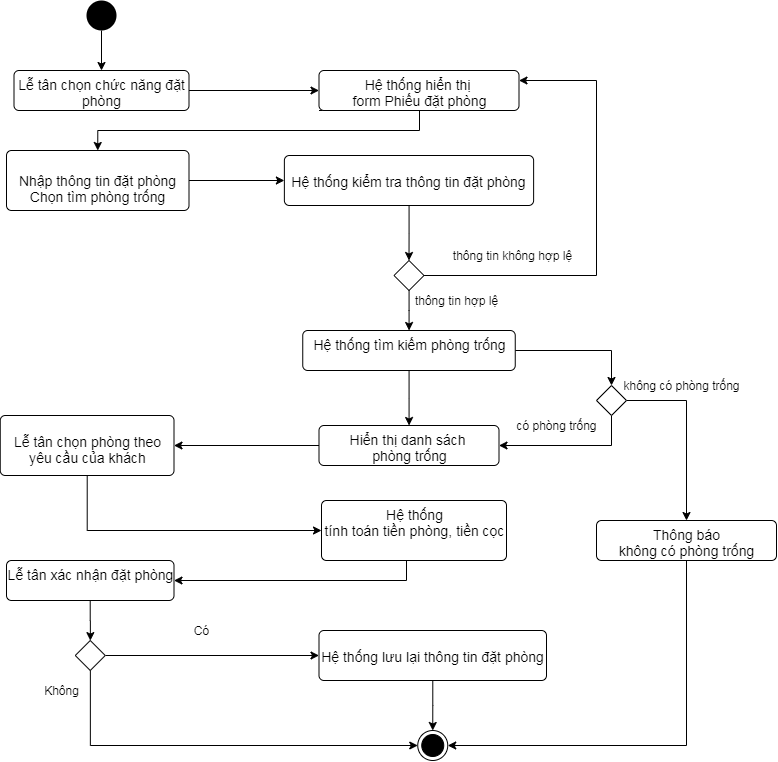
Earlier version of the draw.io export Phan_Tich_Thiet_Ke/Diagram/Activity_Diagram/Activity_Diagram_DatPhong.png (KNhaa/DoAnCNPM). Source tidied: cells renumbered, new cells last; positions are measured from the earlier drawing's top-left corner, leaving out a move shared by most shapes. Source of this version:
```xml
<mxGraphModel>
  <root>
    <mxCell id="0" />
    <mxCell id="1" parent="0" />
    <mxCell id="2" style="edgeStyle=orthogonalEdgeStyle;rounded=0;jettySize=auto;html=1;" parent="1" edge="1" source="3" target="5">
      <mxGeometry relative="1" as="geometry" />
    </mxCell>
    <mxCell id="3" style="ellipse;fillColor=#000000;strokeColor=none;" parent="1" vertex="1">
      <mxGeometry x="86" width="30" height="30" as="geometry" />
    </mxCell>
    <mxCell id="4" style="edgeStyle=orthogonalEdgeStyle;rounded=0;jettySize=auto;html=1;entryX=0;entryY=0.5;entryDx=0;entryDy=0;" parent="1" edge="1" source="5" target="7">
      <mxGeometry relative="1" as="geometry" />
    </mxCell>
    <mxCell id="5" value="&lt;font style=&quot;font-size: 14px&quot;&gt;Lễ tân chọn chức năng đặt&lt;br&gt;phòng&lt;/font&gt;" style="html=1;align=center;verticalAlign=top;rounded=1;absoluteArcSize=1;arcSize=10;dashed=0;" parent="1" vertex="1">
      <mxGeometry x="13.5" y="70" width="175" height="40" as="geometry" />
    </mxCell>
    <mxCell id="6" style="edgeStyle=orthogonalEdgeStyle;rounded=0;jettySize=auto;html=1;exitX=0;exitY=1;exitDx=0;exitDy=0;entryX=0.5;entryY=0;entryDx=0;entryDy=0;" parent="1" edge="1" source="7" target="9">
      <mxGeometry relative="1" as="geometry">
        <Array as="points">
          <mxPoint x="419" y="110" />
          <mxPoint x="419" y="130" />
          <mxPoint x="97" y="130" />
        </Array>
      </mxGeometry>
    </mxCell>
    <mxCell id="7" value="&lt;font style=&quot;font-size: 14px&quot;&gt;Hệ thống hiển thị &lt;br&gt;form Phiếu đặt phòng&lt;/font&gt;" style="html=1;align=center;verticalAlign=top;rounded=1;absoluteArcSize=1;arcSize=10;dashed=0;" parent="1" vertex="1">
      <mxGeometry x="318.5" y="70" width="200" height="40" as="geometry" />
    </mxCell>
    <mxCell id="8" style="edgeStyle=orthogonalEdgeStyle;rounded=0;jettySize=auto;html=1;entryX=0;entryY=0.5;entryDx=0;entryDy=0;" parent="1" edge="1" source="9" target="11">
      <mxGeometry relative="1" as="geometry" />
    </mxCell>
    <mxCell id="9" value="&lt;font style=&quot;font-size: 14px&quot;&gt;&lt;br&gt;Nhập thông tin đặt phòng&lt;br&gt;Chọn tìm phòng trống&lt;br&gt;&lt;/font&gt;" style="html=1;align=center;verticalAlign=top;rounded=1;absoluteArcSize=1;arcSize=10;dashed=0;" parent="1" vertex="1">
      <mxGeometry x="6" y="150" width="182.5" height="60" as="geometry" />
    </mxCell>
    <mxCell id="10" style="edgeStyle=orthogonalEdgeStyle;rounded=0;jettySize=auto;html=1;entryX=0.5;entryY=0;entryDx=0;entryDy=0;" parent="1" edge="1" source="11" target="26">
      <mxGeometry relative="1" as="geometry" />
    </mxCell>
    <mxCell id="11" value="&lt;p class=&quot;MsoNormal&quot;&gt;&lt;font style=&quot;font-size: 14px&quot;&gt;Hệ thống kiểm tra thông tin đặt phòng&lt;/font&gt;&lt;br&gt;&lt;/p&gt;" style="html=1;align=center;verticalAlign=top;rounded=1;absoluteArcSize=1;arcSize=10;dashed=0;" parent="1" vertex="1">
      <mxGeometry x="283.9" y="155" width="249.2" height="50" as="geometry" />
    </mxCell>
    <mxCell id="12" style="edgeStyle=orthogonalEdgeStyle;rounded=0;jettySize=auto;html=1;" parent="1" edge="1" source="14" target="31">
      <mxGeometry relative="1" as="geometry" />
    </mxCell>
    <mxCell id="13" style="edgeStyle=orthogonalEdgeStyle;rounded=0;jettySize=auto;html=1;" parent="1" edge="1" source="14" target="42">
      <mxGeometry relative="1" as="geometry" />
    </mxCell>
    <mxCell id="14" value="&lt;font style=&quot;font-size: 14px&quot;&gt;Hệ thống tìm kiếm phòng trống&lt;/font&gt;" style="html=1;align=center;verticalAlign=top;rounded=1;absoluteArcSize=1;arcSize=10;dashed=0;" parent="1" vertex="1">
      <mxGeometry x="302.2" y="330" width="212.5" height="40" as="geometry" />
    </mxCell>
    <mxCell id="15" style="edgeStyle=orthogonalEdgeStyle;rounded=0;jettySize=auto;html=1;entryX=0;entryY=0.5;entryDx=0;entryDy=0;" parent="1" edge="1" source="16" target="18">
      <mxGeometry relative="1" as="geometry">
        <Array as="points">
          <mxPoint x="87" y="530" />
        </Array>
      </mxGeometry>
    </mxCell>
    <mxCell id="16" value="&lt;p class=&quot;MsoNormal&quot;&gt;&lt;font style=&quot;font-size: 14px&quot;&gt;Lễ tân chọn phòng theo&lt;br&gt;yêu cầu của khách&lt;/font&gt;&lt;br&gt;&lt;/p&gt;" style="html=1;align=center;verticalAlign=top;rounded=1;absoluteArcSize=1;arcSize=10;dashed=0;" parent="1" vertex="1">
      <mxGeometry x="-0.2" y="415" width="173.8" height="60" as="geometry" />
    </mxCell>
    <mxCell id="17" style="edgeStyle=orthogonalEdgeStyle;rounded=0;jettySize=auto;html=1;entryX=1;entryY=0.5;entryDx=0;entryDy=0;" parent="1" edge="1" source="18" target="20">
      <mxGeometry relative="1" as="geometry">
        <Array as="points">
          <mxPoint x="406" y="580" />
        </Array>
      </mxGeometry>
    </mxCell>
    <mxCell id="18" value="&lt;font style=&quot;font-size: 14px&quot;&gt;Hệ thống&lt;br&gt;tính toán tiền phòng, tiền cọc&lt;/font&gt;" style="html=1;align=center;verticalAlign=top;rounded=1;absoluteArcSize=1;arcSize=10;dashed=0;" parent="1" vertex="1">
      <mxGeometry x="321" y="500" width="185" height="60" as="geometry" />
    </mxCell>
    <mxCell id="19" style="edgeStyle=orthogonalEdgeStyle;rounded=0;jettySize=auto;html=1;" parent="1" edge="1" source="20" target="36">
      <mxGeometry relative="1" as="geometry" />
    </mxCell>
    <mxCell id="20" value="&lt;font style=&quot;font-size: 14px&quot;&gt;Lễ tân xác nhận đặt phòng&lt;/font&gt;" style="html=1;align=center;verticalAlign=top;rounded=1;absoluteArcSize=1;arcSize=10;dashed=0;" parent="1" vertex="1">
      <mxGeometry x="6" y="560" width="167.5" height="40" as="geometry" />
    </mxCell>
    <mxCell id="21" style="edgeStyle=orthogonalEdgeStyle;rounded=0;jettySize=auto;html=1;" parent="1" edge="1" source="22" target="23">
      <mxGeometry relative="1" as="geometry" />
    </mxCell>
    <mxCell id="22" value="&lt;p class=&quot;MsoNormal&quot;&gt;&lt;font style=&quot;font-size: 14px&quot;&gt;Hệ thống lưu lại thông tin đặt phòng&lt;/font&gt;&lt;/p&gt;" style="html=1;align=center;verticalAlign=top;rounded=1;absoluteArcSize=1;arcSize=10;dashed=0;" parent="1" vertex="1">
      <mxGeometry x="318.5" y="630" width="227.5" height="50" as="geometry" />
    </mxCell>
    <mxCell id="23" style="ellipse;html=1;shape=endState;fillColor=#000000;strokeColor=#000000;" parent="1" vertex="1">
      <mxGeometry x="417.2" y="730" width="30" height="30" as="geometry" />
    </mxCell>
    <mxCell id="24" style="edgeStyle=orthogonalEdgeStyle;rounded=0;jettySize=auto;html=1;entryX=1;entryY=0.25;entryDx=0;entryDy=0;" parent="1" edge="1" source="26" target="7">
      <mxGeometry relative="1" as="geometry">
        <Array as="points">
          <mxPoint x="596" y="275" />
          <mxPoint x="596" y="80" />
        </Array>
      </mxGeometry>
    </mxCell>
    <mxCell id="25" style="edgeStyle=orthogonalEdgeStyle;rounded=0;jettySize=auto;html=1;" parent="1" edge="1" source="26" target="14">
      <mxGeometry relative="1" as="geometry" />
    </mxCell>
    <mxCell id="26" style="rhombus;" parent="1" vertex="1">
      <mxGeometry x="393.5" y="260" width="30" height="30" as="geometry" />
    </mxCell>
    <mxCell id="27" value="thông tin không hợp lệ" style="text;html=1;align=center;verticalAlign=middle;" parent="1" vertex="1">
      <mxGeometry x="447.2" y="245" width="130" height="20" as="geometry" />
    </mxCell>
    <mxCell id="28" value="thông tin hợp lệ" style="text;html=1;align=center;verticalAlign=middle;" parent="1" vertex="1">
      <mxGeometry x="406" y="290" width="100" height="20" as="geometry" />
    </mxCell>
    <mxCell id="29" style="edgeStyle=orthogonalEdgeStyle;rounded=0;jettySize=auto;html=1;entryX=0.5;entryY=0;entryDx=0;entryDy=0;" parent="1" edge="1" source="31" target="40">
      <mxGeometry relative="1" as="geometry">
        <Array as="points">
          <mxPoint x="686" y="400" />
        </Array>
      </mxGeometry>
    </mxCell>
    <mxCell id="30" style="edgeStyle=orthogonalEdgeStyle;rounded=0;jettySize=auto;html=1;entryX=1;entryY=0.5;entryDx=0;entryDy=0;" parent="1" edge="1" source="31" target="42">
      <mxGeometry relative="1" as="geometry">
        <Array as="points">
          <mxPoint x="611" y="445" />
        </Array>
      </mxGeometry>
    </mxCell>
    <mxCell id="31" style="rhombus;" parent="1" vertex="1">
      <mxGeometry x="596" y="385" width="30" height="30" as="geometry" />
    </mxCell>
    <mxCell id="32" value="không có phòng trống" style="text;html=1;align=center;verticalAlign=middle;" parent="1" vertex="1">
      <mxGeometry x="616" y="375" width="130" height="20" as="geometry" />
    </mxCell>
    <mxCell id="33" value="có phòng trống" style="text;html=1;align=center;verticalAlign=middle;" parent="1" vertex="1">
      <mxGeometry x="506" y="415" width="100" height="20" as="geometry" />
    </mxCell>
    <mxCell id="34" style="edgeStyle=orthogonalEdgeStyle;rounded=0;jettySize=auto;html=1;entryX=0;entryY=0.5;entryDx=0;entryDy=0;" parent="1" edge="1" source="36" target="22">
      <mxGeometry relative="1" as="geometry" />
    </mxCell>
    <mxCell id="35" style="edgeStyle=orthogonalEdgeStyle;rounded=0;jettySize=auto;html=1;entryX=0;entryY=0.5;entryDx=0;entryDy=0;" parent="1" edge="1" source="36" target="23">
      <mxGeometry relative="1" as="geometry">
        <Array as="points">
          <mxPoint x="90" y="745" />
        </Array>
      </mxGeometry>
    </mxCell>
    <mxCell id="36" style="rhombus;" parent="1" vertex="1">
      <mxGeometry x="74.8" y="640" width="30" height="30" as="geometry" />
    </mxCell>
    <mxCell id="37" value="Có" style="text;html=1;align=center;verticalAlign=middle;" parent="1" vertex="1">
      <mxGeometry x="186" y="620" width="30" height="20" as="geometry" />
    </mxCell>
    <mxCell id="38" value="Không" style="text;html=1;align=center;verticalAlign=middle;" parent="1" vertex="1">
      <mxGeometry x="36" y="680" width="50" height="20" as="geometry" />
    </mxCell>
    <mxCell id="39" style="edgeStyle=orthogonalEdgeStyle;rounded=0;jettySize=auto;html=1;entryX=1;entryY=0.5;entryDx=0;entryDy=0;" parent="1" edge="1" source="40" target="23">
      <mxGeometry relative="1" as="geometry">
        <Array as="points">
          <mxPoint x="686" y="745" />
        </Array>
      </mxGeometry>
    </mxCell>
    <mxCell id="40" value="&lt;span style=&quot;font-size: 14px&quot;&gt;Thông báo&lt;br&gt;không có phòng trống&lt;br&gt;&lt;/span&gt;" style="html=1;align=center;verticalAlign=top;rounded=1;absoluteArcSize=1;arcSize=10;dashed=0;" parent="1" vertex="1">
      <mxGeometry x="596" y="520" width="180" height="40" as="geometry" />
    </mxCell>
    <mxCell id="41" style="edgeStyle=orthogonalEdgeStyle;rounded=0;jettySize=auto;html=1;exitX=0;exitY=0.5;exitDx=0;exitDy=0;entryX=1;entryY=0.5;entryDx=0;entryDy=0;" parent="1" edge="1" source="42" target="16">
      <mxGeometry relative="1" as="geometry" />
    </mxCell>
    <mxCell id="42" value="&lt;font style=&quot;font-size: 14px&quot;&gt;Hiển thị danh sách &lt;br&gt;phòng trống&lt;/font&gt;" style="html=1;align=center;verticalAlign=top;rounded=1;absoluteArcSize=1;arcSize=10;dashed=0;" parent="1" vertex="1">
      <mxGeometry x="318.5" y="425" width="180" height="40" as="geometry" />
    </mxCell>
  </root>
</mxGraphModel>
```
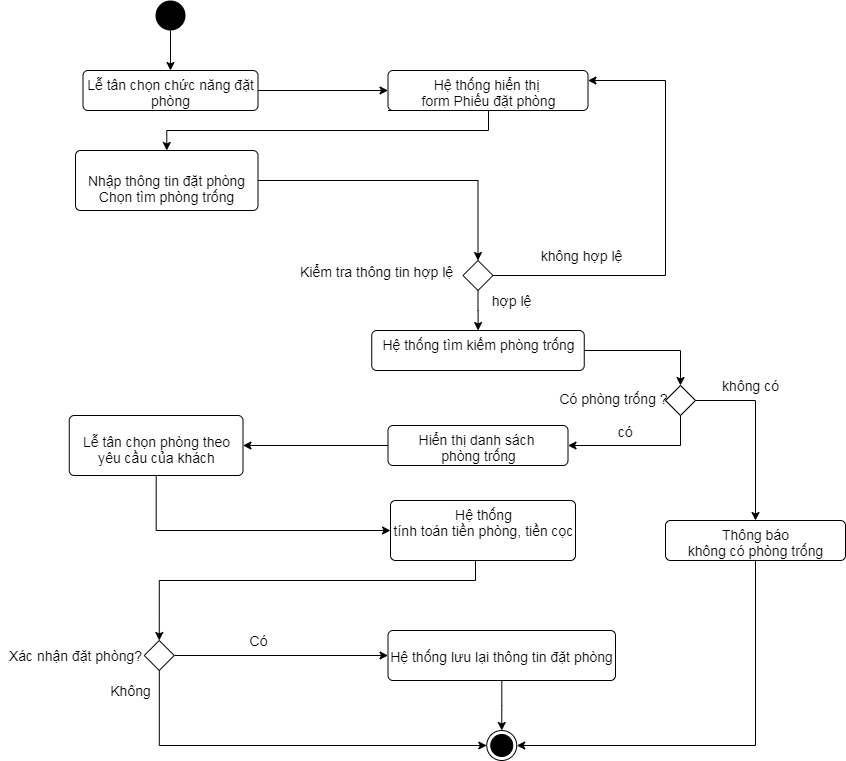
The same diagram one commit later.

The edit, as a diff of the source:
```diff
@@ -26,24 +26,15 @@
     <mxCell id="7" value="&lt;font style=&quot;font-size: 14px&quot;&gt;Hệ thống hiển thị &lt;br&gt;form Phiếu đặt phòng&lt;/font&gt;" style="html=1;align=center;verticalAlign=top;rounded=1;absoluteArcSize=1;arcSize=10;dashed=0;" parent="1" vertex="1">
       <mxGeometry x="318.5" y="70" width="200" height="40" as="geometry" />
     </mxCell>
-    <mxCell id="8" style="edgeStyle=orthogonalEdgeStyle;rounded=0;jettySize=auto;html=1;entryX=0;entryY=0.5;entryDx=0;entryDy=0;" parent="1" edge="1" source="9" target="11">
+    <mxCell id="8" style="edgeStyle=orthogonalEdgeStyle;rounded=0;jettySize=auto;html=1;entryX=0.5;entryY=0;entryDx=0;entryDy=0;" parent="1" edge="1" source="9" target="26">
       <mxGeometry relative="1" as="geometry" />
     </mxCell>
     <mxCell id="9" value="&lt;font style=&quot;font-size: 14px&quot;&gt;&lt;br&gt;Nhập thông tin đặt phòng&lt;br&gt;Chọn tìm phòng trống&lt;br&gt;&lt;/font&gt;" style="html=1;align=center;verticalAlign=top;rounded=1;absoluteArcSize=1;arcSize=10;dashed=0;" parent="1" vertex="1">
       <mxGeometry x="6" y="150" width="182.5" height="60" as="geometry" />
     </mxCell>
-    <mxCell id="10" style="edgeStyle=orthogonalEdgeStyle;rounded=0;jettySize=auto;html=1;entryX=0.5;entryY=0;entryDx=0;entryDy=0;" parent="1" edge="1" source="11" target="26">
-      <mxGeometry relative="1" as="geometry" />
-    </mxCell>
-    <mxCell id="11" value="&lt;p class=&quot;MsoNormal&quot;&gt;&lt;font style=&quot;font-size: 14px&quot;&gt;Hệ thống kiểm tra thông tin đặt phòng&lt;/font&gt;&lt;br&gt;&lt;/p&gt;" style="html=1;align=center;verticalAlign=top;rounded=1;absoluteArcSize=1;arcSize=10;dashed=0;" parent="1" vertex="1">
-      <mxGeometry x="283.9" y="155" width="249.2" height="50" as="geometry" />
-    </mxCell>
     <mxCell id="12" style="edgeStyle=orthogonalEdgeStyle;rounded=0;jettySize=auto;html=1;" parent="1" edge="1" source="14" target="31">
       <mxGeometry relative="1" as="geometry" />
     </mxCell>
-    <mxCell id="13" style="edgeStyle=orthogonalEdgeStyle;rounded=0;jettySize=auto;html=1;" parent="1" edge="1" source="14" target="42">
-      <mxGeometry relative="1" as="geometry" />
-    </mxCell>
     <mxCell id="14" value="&lt;font style=&quot;font-size: 14px&quot;&gt;Hệ thống tìm kiếm phòng trống&lt;/font&gt;" style="html=1;align=center;verticalAlign=top;rounded=1;absoluteArcSize=1;arcSize=10;dashed=0;" parent="1" vertex="1">
       <mxGeometry x="302.2" y="330" width="212.5" height="40" as="geometry" />
     </mxCell>
@@ -57,22 +48,17 @@
     <mxCell id="16" value="&lt;p class=&quot;MsoNormal&quot;&gt;&lt;font style=&quot;font-size: 14px&quot;&gt;Lễ tân chọn phòng theo&lt;br&gt;yêu cầu của khách&lt;/font&gt;&lt;br&gt;&lt;/p&gt;" style="html=1;align=center;verticalAlign=top;rounded=1;absoluteArcSize=1;arcSize=10;dashed=0;" parent="1" vertex="1">
       <mxGeometry x="-0.2" y="415" width="173.8" height="60" as="geometry" />
     </mxCell>
-    <mxCell id="17" style="edgeStyle=orthogonalEdgeStyle;rounded=0;jettySize=auto;html=1;entryX=1;entryY=0.5;entryDx=0;entryDy=0;" parent="1" edge="1" source="18" target="20">
+    <mxCell id="17" style="edgeStyle=orthogonalEdgeStyle;rounded=0;jettySize=auto;html=1;entryX=0.5;entryY=0;entryDx=0;entryDy=0;" parent="1" edge="1" source="18" target="36">
       <mxGeometry relative="1" as="geometry">
         <Array as="points">
           <mxPoint x="406" y="580" />
+          <mxPoint x="90" y="580" />
         </Array>
       </mxGeometry>
     </mxCell>
     <mxCell id="18" value="&lt;font style=&quot;font-size: 14px&quot;&gt;Hệ thống&lt;br&gt;tính toán tiền phòng, tiền cọc&lt;/font&gt;" style="html=1;align=center;verticalAlign=top;rounded=1;absoluteArcSize=1;arcSize=10;dashed=0;" parent="1" vertex="1">
       <mxGeometry x="321" y="500" width="185" height="60" as="geometry" />
     </mxCell>
-    <mxCell id="19" style="edgeStyle=orthogonalEdgeStyle;rounded=0;jettySize=auto;html=1;" parent="1" edge="1" source="20" target="36">
-      <mxGeometry relative="1" as="geometry" />
-    </mxCell>
-    <mxCell id="20" value="&lt;font style=&quot;font-size: 14px&quot;&gt;Lễ tân xác nhận đặt phòng&lt;/font&gt;" style="html=1;align=center;verticalAlign=top;rounded=1;absoluteArcSize=1;arcSize=10;dashed=0;" parent="1" vertex="1">
-      <mxGeometry x="6" y="560" width="167.5" height="40" as="geometry" />
-    </mxCell>
     <mxCell id="21" style="edgeStyle=orthogonalEdgeStyle;rounded=0;jettySize=auto;html=1;" parent="1" edge="1" source="22" target="23">
       <mxGeometry relative="1" as="geometry" />
     </mxCell>
@@ -96,11 +82,11 @@
     <mxCell id="26" style="rhombus;" parent="1" vertex="1">
       <mxGeometry x="393.5" y="260" width="30" height="30" as="geometry" />
     </mxCell>
-    <mxCell id="27" value="thông tin không hợp lệ" style="text;html=1;align=center;verticalAlign=middle;" parent="1" vertex="1">
-      <mxGeometry x="447.2" y="245" width="130" height="20" as="geometry" />
+    <mxCell id="27" value="&lt;font style=&quot;font-size: 14px&quot;&gt;không hợp lệ&lt;/font&gt;" style="text;html=1;align=center;verticalAlign=middle;" parent="1" vertex="1">
+      <mxGeometry x="462.2" y="245" width="100" height="20" as="geometry" />
     </mxCell>
-    <mxCell id="28" value="thông tin hợp lệ" style="text;html=1;align=center;verticalAlign=middle;" parent="1" vertex="1">
-      <mxGeometry x="406" y="290" width="100" height="20" as="geometry" />
+    <mxCell id="28" value="&lt;font style=&quot;font-size: 14px&quot;&gt;hợp lệ&lt;/font&gt;" style="text;html=1;align=center;verticalAlign=middle;" parent="1" vertex="1">
+      <mxGeometry x="412.2" y="290" width="60" height="20" as="geometry" />
     </mxCell>
     <mxCell id="29" style="edgeStyle=orthogonalEdgeStyle;rounded=0;jettySize=auto;html=1;entryX=0.5;entryY=0;entryDx=0;entryDy=0;" parent="1" edge="1" source="31" target="40">
       <mxGeometry relative="1" as="geometry">
@@ -119,11 +105,11 @@
     <mxCell id="31" style="rhombus;" parent="1" vertex="1">
       <mxGeometry x="596" y="385" width="30" height="30" as="geometry" />
     </mxCell>
-    <mxCell id="32" value="không có phòng trống" style="text;html=1;align=center;verticalAlign=middle;" parent="1" vertex="1">
-      <mxGeometry x="616" y="375" width="130" height="20" as="geometry" />
+    <mxCell id="32" value="&lt;font style=&quot;font-size: 14px&quot;&gt;không có&lt;/font&gt;" style="text;html=1;align=center;verticalAlign=middle;" parent="1" vertex="1">
+      <mxGeometry x="646" y="375" width="70" height="20" as="geometry" />
     </mxCell>
-    <mxCell id="33" value="có phòng trống" style="text;html=1;align=center;verticalAlign=middle;" parent="1" vertex="1">
-      <mxGeometry x="506" y="415" width="100" height="20" as="geometry" />
+    <mxCell id="33" value="&lt;font style=&quot;font-size: 14px&quot;&gt;có&lt;/font&gt;" style="text;html=1;align=center;verticalAlign=middle;" parent="1" vertex="1">
+      <mxGeometry x="541" y="421" width="30" height="20" as="geometry" />
     </mxCell>
     <mxCell id="34" style="edgeStyle=orthogonalEdgeStyle;rounded=0;jettySize=auto;html=1;entryX=0;entryY=0.5;entryDx=0;entryDy=0;" parent="1" edge="1" source="36" target="22">
       <mxGeometry relative="1" as="geometry" />
@@ -138,11 +124,11 @@
     <mxCell id="36" style="rhombus;" parent="1" vertex="1">
       <mxGeometry x="74.8" y="640" width="30" height="30" as="geometry" />
     </mxCell>
-    <mxCell id="37" value="Có" style="text;html=1;align=center;verticalAlign=middle;" parent="1" vertex="1">
-      <mxGeometry x="186" y="620" width="30" height="20" as="geometry" />
+    <mxCell id="37" value="&lt;font style=&quot;font-size: 14px&quot;&gt;Có&lt;/font&gt;" style="text;html=1;align=center;verticalAlign=middle;" parent="1" vertex="1">
+      <mxGeometry x="173.5" y="630" width="30" height="20" as="geometry" />
     </mxCell>
-    <mxCell id="38" value="Không" style="text;html=1;align=center;verticalAlign=middle;" parent="1" vertex="1">
-      <mxGeometry x="36" y="680" width="50" height="20" as="geometry" />
+    <mxCell id="38" value="&lt;font style=&quot;font-size: 14px&quot;&gt;Không&lt;/font&gt;" style="text;html=1;align=center;verticalAlign=middle;" parent="1" vertex="1">
+      <mxGeometry x="31" y="680" width="60" height="20" as="geometry" />
     </mxCell>
     <mxCell id="39" style="edgeStyle=orthogonalEdgeStyle;rounded=0;jettySize=auto;html=1;entryX=1;entryY=0.5;entryDx=0;entryDy=0;" parent="1" edge="1" source="40" target="23">
       <mxGeometry relative="1" as="geometry">
@@ -160,5 +146,14 @@
     <mxCell id="42" value="&lt;font style=&quot;font-size: 14px&quot;&gt;Hiển thị danh sách &lt;br&gt;phòng trống&lt;/font&gt;" style="html=1;align=center;verticalAlign=top;rounded=1;absoluteArcSize=1;arcSize=10;dashed=0;" parent="1" vertex="1">
       <mxGeometry x="318.5" y="425" width="180" height="40" as="geometry" />
     </mxCell>
+    <mxCell id="43" value="&lt;font style=&quot;font-size: 14px&quot;&gt;Kiểm tra thông tin hợp lệ&amp;nbsp;&lt;/font&gt;" style="text;html=1;align=center;verticalAlign=middle;" parent="1" vertex="1">
+      <mxGeometry x="224" y="261" width="170" height="20" as="geometry" />
+    </mxCell>
+    <mxCell id="44" value="&lt;font style=&quot;font-size: 14px&quot;&gt;Có phòng trống ?&lt;/font&gt;" style="text;html=1;align=center;verticalAlign=middle;" parent="1" vertex="1">
+      <mxGeometry x="484" y="388" width="120" height="20" as="geometry" />
+    </mxCell>
+    <mxCell id="45" value="&lt;font style=&quot;font-size: 14px&quot;&gt;Xác nhận đặt phòng?&lt;/font&gt;" style="text;html=1;align=center;verticalAlign=middle;" parent="1" vertex="1">
+      <mxGeometry x="-69" y="645" width="150" height="20" as="geometry" />
+    </mxCell>
   </root>
 </mxGraphModel>
```
